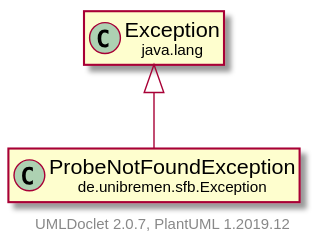
Earlier version of the PlantUML export doc/UML/modulsichtSVG/ProbeNotFoundException.svg (fkehlenb/softwareprojekt-2). Source of this version:
```plantuml
@startuml
    set namespaceSeparator none
    hide empty fields
    hide empty methods

    class "<size:14>ProbeNotFoundException\n<size:10>de.unibremen.sfb.Exception" as de.unibremen.sfb.Exception.ProbeNotFoundException [[ProbeNotFoundException.html]]

    class "<size:14>Exception\n<size:10>java.lang" as java.lang.Exception [[https://docs.oracle.com/en/java/javase/11/docs/api/java.base/java/lang/Exception.html?is-external=true]]

    java.lang.Exception <|-- de.unibremen.sfb.Exception.ProbeNotFoundException

    center footer UMLDoclet 2.0.7, PlantUML 1.2019.12
@enduml
```
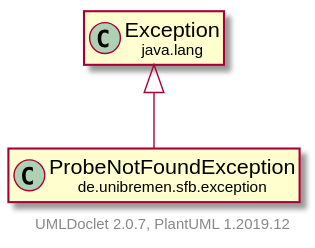
After the change.

The edit, as a diff of the source:
```diff
@@ -3,11 +3,11 @@
     hide empty fields
     hide empty methods
 
-    class "<size:14>ProbeNotFoundException\n<size:10>de.unibremen.sfb.Exception" as de.unibremen.sfb.Exception.ProbeNotFoundException [[ProbeNotFoundException.html]]
+    class "<size:14>ProbeNotFoundException\n<size:10>de.unibremen.sfb.exception" as de.unibremen.sfb.exception.ProbeNotFoundException [[ProbeNotFoundException.html]]
 
-    class "<size:14>Exception\n<size:10>java.lang" as java.lang.Exception [[https://docs.oracle.com/en/java/javase/11/docs/api/java.base/java/lang/Exception.html?is-external=true]]
+    class "<size:14>exception\n<size:10>java.lang" as java.lang.exception [[https://docs.oracle.com/en/java/javase/11/docs/api/java.base/java/lang/Exception.html?is-external=true]]
 
-    java.lang.Exception <|-- de.unibremen.sfb.Exception.ProbeNotFoundException
+    java.lang.exception <|-- de.unibremen.sfb.exception.ProbeNotFoundException
 
     center footer UMLDoclet 2.0.7, PlantUML 1.2019.12
 @enduml
```
